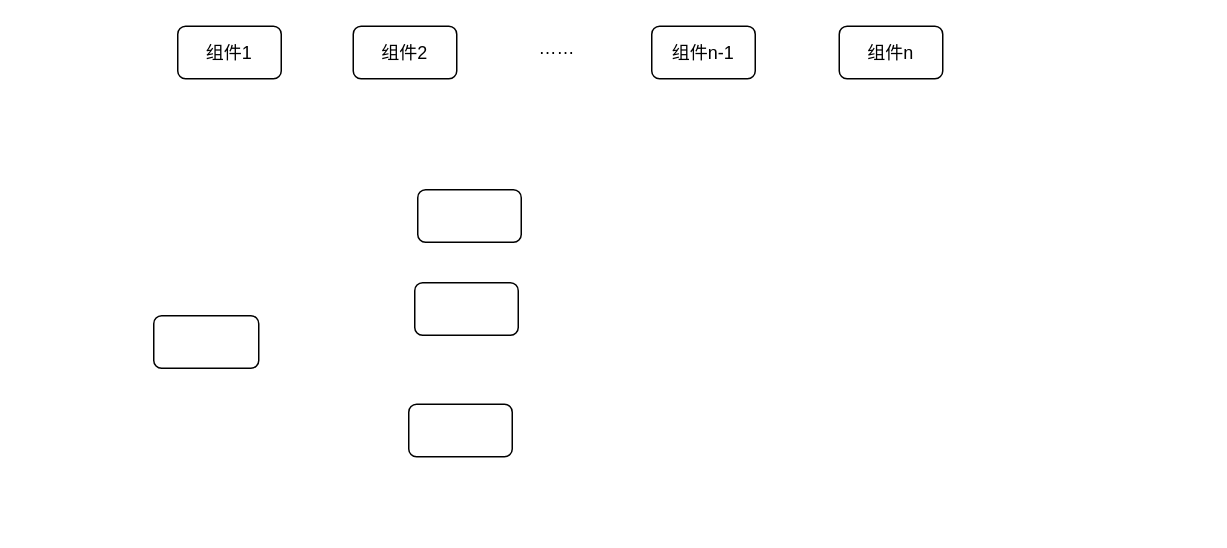
The draw.io diagram 小论文-组件交互设计.drawio in qw-null/drawio, before the edit. Source tidied: cells renumbered, new cells numbered last; positions are measured from the earlier drawing's top-left corner, leaving out a move shared by most shapes. Both pictures are drawn from the tidied source at 150%, with x=0, y=0 at pixel (153, 26).
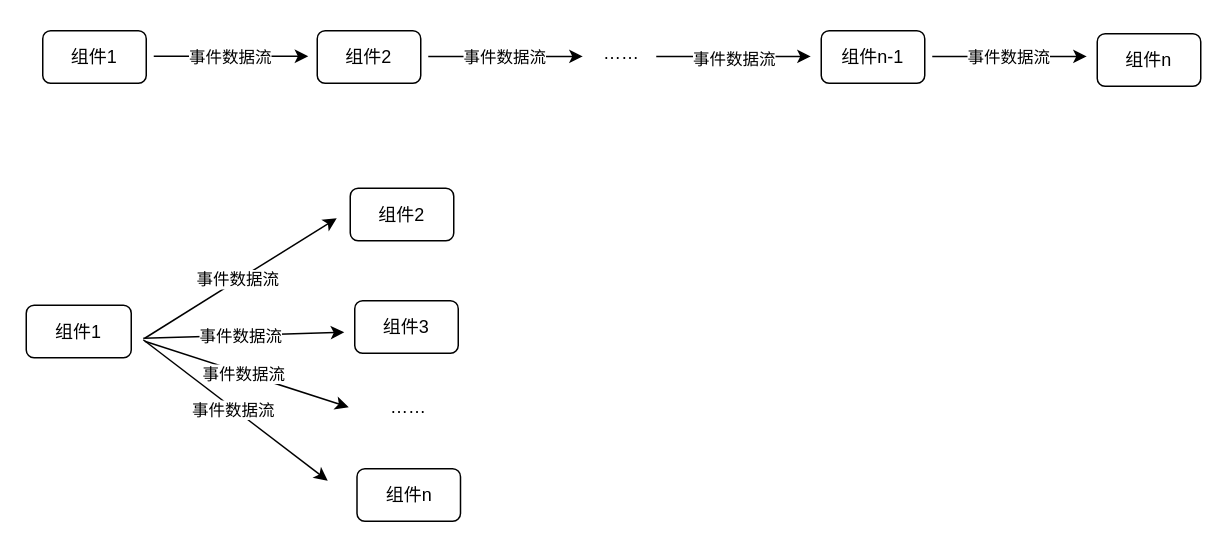
After the change.

Commit message:
更新小论文-组件交互设计.drawio

Change to the diagram source:
```diff
@@
     <mxCell id="2" value="组件1" style="rounded=1;whiteSpace=wrap;html=1;" parent="1" vertex="1">
-      <mxGeometry x="16" width="69" height="35" as="geometry" />
+      <mxGeometry x="-74" y="3" width="69" height="35" as="geometry" />
     </mxCell>
-    <mxCell id="3" style="rounded=1;whiteSpace=wrap;html=1;" parent="1" vertex="1">
-      <mxGeometry x="176" y="109" width="69" height="35" as="geometry" />
+    <mxCell id="3" value="组件2" style="rounded=1;whiteSpace=wrap;html=1;" parent="1" vertex="1">
+      <mxGeometry x="131" y="108" width="69" height="35" as="geometry" />
     </mxCell>
     <mxCell id="4" value="组件2" style="rounded=1;whiteSpace=wrap;html=1;" parent="1" vertex="1">
-      <mxGeometry x="133" width="69" height="35" as="geometry" />
+      <mxGeometry x="109" y="3" width="69" height="35" as="geometry" />
     </mxCell>
-    <mxCell id="5" style="rounded=1;whiteSpace=wrap;html=1;" parent="1" vertex="1">
-      <mxGeometry y="193" width="70" height="35" as="geometry" />
+    <mxCell id="5" value="组件1" style="rounded=1;whiteSpace=wrap;html=1;" parent="1" vertex="1">
+      <mxGeometry x="-85" y="186" width="70" height="35" as="geometry" />
     </mxCell>
     <mxCell id="6" value="组件n" style="rounded=1;whiteSpace=wrap;html=1;" parent="1" vertex="1">
-      <mxGeometry x="457" width="69" height="35" as="geometry" />
+      <mxGeometry x="629" y="5" width="69" height="35" as="geometry" />
     </mxCell>
     <mxCell id="7" value="组件n-1" style="rounded=1;whiteSpace=wrap;html=1;" parent="1" vertex="1">
-      <mxGeometry x="332" width="69" height="35" as="geometry" />
+      <mxGeometry x="445" y="3" width="69" height="35" as="geometry" />
     </mxCell>
     <mxCell id="8" value="……" style="text;html=1;strokeColor=none;fillColor=none;align=center;verticalAlign=middle;whiteSpace=wrap;rounded=0;" parent="1" vertex="1">
-      <mxGeometry x="239" width="60" height="30" as="geometry" />
+      <mxGeometry x="282" y="2.5" width="60" height="30" as="geometry" />
     </mxCell>
-    <mxCell id="9" style="rounded=1;whiteSpace=wrap;html=1;" parent="1" vertex="1">
-      <mxGeometry x="174" y="171" width="69" height="35" as="geometry" />
+    <mxCell id="9" value="组件3" style="rounded=1;whiteSpace=wrap;html=1;" parent="1" vertex="1">
+      <mxGeometry x="134" y="183" width="69" height="35" as="geometry" />
     </mxCell>
-    <mxCell id="10" style="rounded=1;whiteSpace=wrap;html=1;" parent="1" vertex="1">
-      <mxGeometry x="170" y="252" width="69" height="35" as="geometry" />
+    <mxCell id="10" value="组件n" style="rounded=1;whiteSpace=wrap;html=1;" parent="1" vertex="1">
+      <mxGeometry x="135.5" y="295" width="69" height="35" as="geometry" />
     </mxCell>
+    <mxCell id="11" style="endArrow=classic;html=1;rounded=0;" parent="1" edge="1">
+      <mxGeometry relative="1" as="geometry">
+        <mxPoint y="20" as="sourcePoint" />
+        <mxPoint x="103" y="20" as="targetPoint" />
+      </mxGeometry>
+    </mxCell>
+    <mxCell id="12" value="事件数据流" style="edgeLabel;html=1;align=center;verticalAlign=middle;" parent="11" vertex="1">
+      <mxGeometry relative="1" as="geometry">
+        <mxPoint x="-2" as="offset" />
+      </mxGeometry>
+    </mxCell>
+    <mxCell id="13" style="endArrow=classic;html=1;rounded=0;" parent="1" edge="1">
+      <mxGeometry relative="1" as="geometry">
+        <mxPoint x="183" y="20.1" as="sourcePoint" />
+        <mxPoint x="286" y="20.1" as="targetPoint" />
+      </mxGeometry>
+    </mxCell>
+    <mxCell id="14" value="事件数据流" style="edgeLabel;html=1;align=center;verticalAlign=middle;" parent="13" vertex="1">
+      <mxGeometry relative="1" as="geometry">
+        <mxPoint x="-2" as="offset" />
+      </mxGeometry>
+    </mxCell>
+    <mxCell id="15" style="endArrow=classic;html=1;rounded=0;" parent="1" edge="1">
+      <mxGeometry relative="1" as="geometry">
+        <mxPoint x="335" y="20.1" as="sourcePoint" />
+        <mxPoint x="438" y="20.1" as="targetPoint" />
+      </mxGeometry>
+    </mxCell>
+    <mxCell id="16" value="事件数据流" style="edgeLabel;html=1;align=center;verticalAlign=middle;" parent="15" vertex="1">
+      <mxGeometry relative="1" as="geometry">
+        <mxPoint x="-1" y="1" as="offset" />
+      </mxGeometry>
+    </mxCell>
+    <mxCell id="17" style="endArrow=classic;html=1;rounded=0;" parent="1" edge="1">
+      <mxGeometry relative="1" as="geometry">
+        <mxPoint x="519" y="20.1" as="sourcePoint" />
+        <mxPoint x="622" y="20.1" as="targetPoint" />
+      </mxGeometry>
+    </mxCell>
+    <mxCell id="18" value="事件数据流" style="edgeLabel;html=1;align=center;verticalAlign=middle;" parent="17" vertex="1">
+      <mxGeometry relative="1" as="geometry">
+        <mxPoint x="-2" as="offset" />
+      </mxGeometry>
+    </mxCell>
+    <mxCell id="19" style="endArrow=classic;html=1;rounded=0;" parent="1" edge="1">
+      <mxGeometry relative="1" as="geometry">
+        <mxPoint x="-6" y="208" as="sourcePoint" />
+        <mxPoint x="122" y="128" as="targetPoint" />
+      </mxGeometry>
+    </mxCell>
+    <mxCell id="20" value="事件数据流" style="edgeLabel;html=1;align=center;verticalAlign=middle;" parent="19" vertex="1">
+      <mxGeometry relative="1" as="geometry">
+        <mxPoint x="-2" as="offset" />
+      </mxGeometry>
+    </mxCell>
+    <mxCell id="21" style="endArrow=classic;html=1;rounded=0;" parent="1" edge="1">
+      <mxGeometry relative="1" as="geometry">
+        <mxPoint x="-7" y="208" as="sourcePoint" />
+        <mxPoint x="127" y="204" as="targetPoint" />
+      </mxGeometry>
+    </mxCell>
+    <mxCell id="22" value="事件数据流" style="edgeLabel;html=1;align=center;verticalAlign=middle;" parent="21" vertex="1">
+      <mxGeometry relative="1" as="geometry">
+        <mxPoint x="-2" as="offset" />
+      </mxGeometry>
+    </mxCell>
+    <mxCell id="23" style="endArrow=classic;html=1;rounded=0;" parent="1" edge="1">
+      <mxGeometry relative="1" as="geometry">
+        <mxPoint x="-7" y="209" as="sourcePoint" />
+        <mxPoint x="116" y="303" as="targetPoint" />
+      </mxGeometry>
+    </mxCell>
+    <mxCell id="24" value="事件数据流" style="edgeLabel;html=1;align=center;verticalAlign=middle;" parent="23" vertex="1">
+      <mxGeometry relative="1" as="geometry">
+        <mxPoint x="-2" as="offset" />
+      </mxGeometry>
+    </mxCell>
+    <mxCell id="25" style="endArrow=classic;html=1;rounded=0;" parent="1" edge="1">
+      <mxGeometry relative="1" as="geometry">
+        <mxPoint x="-6" y="210" as="sourcePoint" />
+        <mxPoint x="130" y="254" as="targetPoint" />
+      </mxGeometry>
+    </mxCell>
+    <mxCell id="26" value="事件数据流" style="edgeLabel;html=1;align=center;verticalAlign=middle;" parent="25" vertex="1">
+      <mxGeometry relative="1" as="geometry">
+        <mxPoint x="-2" as="offset" />
+      </mxGeometry>
+    </mxCell>
+    <mxCell id="27" value="……" style="text;html=1;strokeColor=none;fillColor=none;align=center;verticalAlign=middle;whiteSpace=wrap;rounded=0;" parent="1" vertex="1">
+      <mxGeometry x="140" y="239" width="60" height="30" as="geometry" />
+    </mxCell>
```
